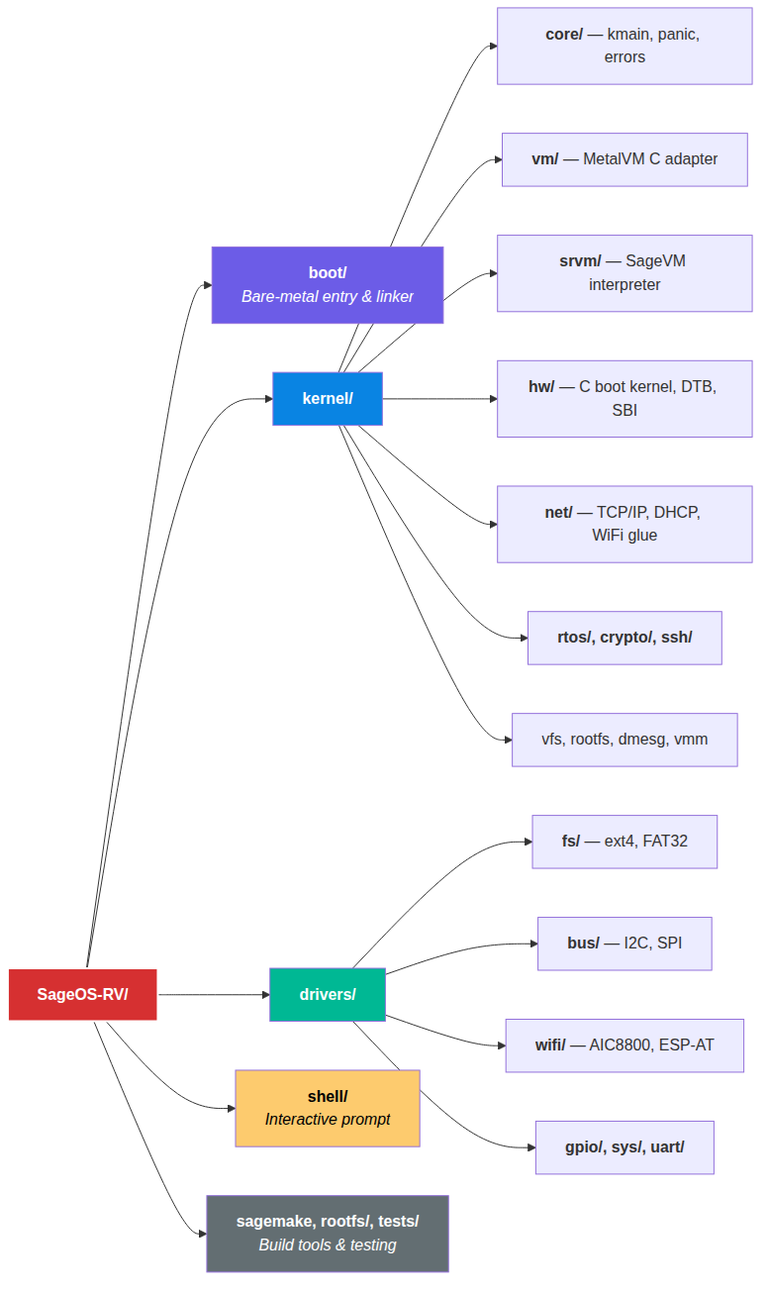
This is assets/repository_layout.png from Night-Traders-Dev/SageOS-RV, a Mermaid export, as it was before one commit. Its source is kept beside it as assets/repository_layout.mmd. Its diagram source:
```mermaid
flowchart LR
    Root["<b>SageOS-RV/</b>"]

    Boot["<b>boot/</b><br/><i>Bare-metal entry & linker</i>"]
    Root --> Boot

    Root --> Bootloader["<b>bootloader/</b><br/><i>SageBoot Submodule</i>"]
    Root --> Kernel["<b>kernel/</b>"]
    Root --> Drivers["<b>drivers/</b>"]
    Root --> FS["<b>fs/sagefs/</b><br/><i>SageFS Submodule</i>"]
    Root --> RTOS["<b>rtos/SageRTOS/</b><br/><i>SageRTOS Submodule</i>"]

    Shell["<b>shell/</b><br/><i>Interactive prompt</i>"]
    Root --> Shell

    Other["<b>sagemake, rootfs/, tests/</b><br/><i>Build tools & testing</i>"]
    Root --> Other

    Kernel --> K1["<b>core/</b> — kmain, panic, errors"]
    Kernel --> K2["<b>vm/</b> — MetalVM C adapter"]
    Kernel --> K3["<b>srvm/</b> — SageVM interpreter"]
    Kernel --> K4["<b>hw/</b> — C boot kernel, DTB, SBI"]
    Kernel --> K5["<b>net/</b> — TCP/IP, DHCP, WiFi glue"]
    Kernel --> K6["<b>smp/</b> — SageSMP Submodule"]
    Kernel --> K7["crypto, ssh, vmm"]

    Drivers --> D1["<b>fs/</b> — ext4, FAT32"]
    Drivers --> D2["<b>bus/</b> — I2C, SPI"]
    Drivers --> D3["<b>wifi/</b> — AIC8800, ESP-AT"]
    Drivers --> D4["<b>gpio/, sys/, uart/</b>"]

    style Root fill:#d63031,color:#fff,stroke:#fff,stroke-width:2px
    style Kernel fill:#0984e3,color:#fff
    style Drivers fill:#00b894,color:#fff
    style Boot fill:#6c5ce7,color:#fff
    style Shell fill:#fdcb6e,color:#000
    style Other fill:#636e72,color:#fff
```
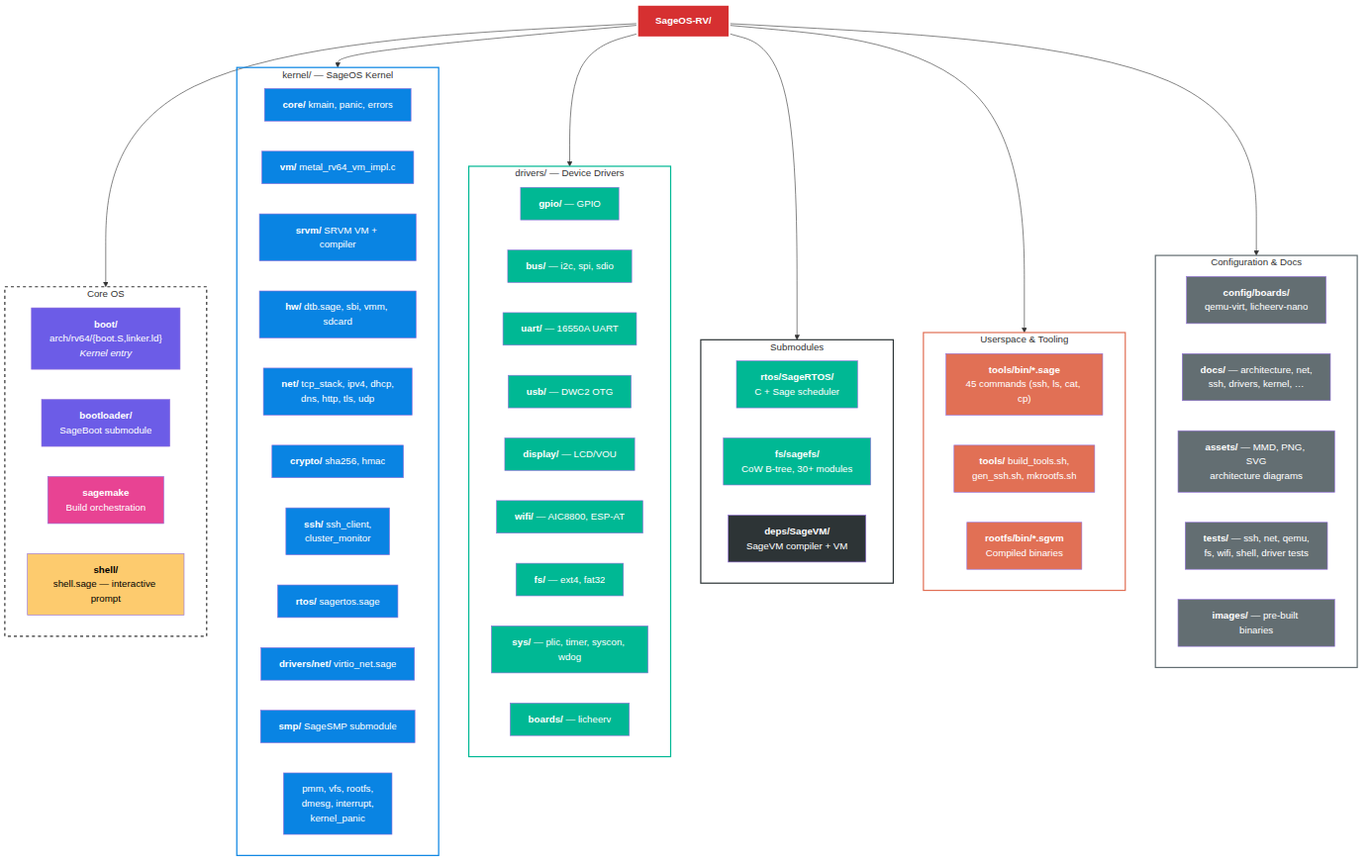
After the change.

Change to the diagram source:
```diff
@@ -1,37 +1,105 @@
-flowchart LR
+flowchart TB
     Root["<b>SageOS-RV/</b>"]
 
-    Boot["<b>boot/</b><br/><i>Bare-metal entry & linker</i>"]
-    Root --> Boot
+    subgraph Core["Core OS"]
+        Boot["<b>boot/</b><br/>arch/rv64/{boot.S,linker.ld}<br/><i>Kernel entry</i>"]
+        Bootloader["<b>bootloader/</b><br/>SageBoot submodule"]
+        SM["<b>sagemake</b><br/>Build orchestration"]
+        Shell["<b>shell/</b><br/>shell.sage — interactive prompt"]
+    end
 
-    Root --> Bootloader["<b>bootloader/</b><br/><i>SageBoot Submodule</i>"]
-    Root --> Kernel["<b>kernel/</b>"]
-    Root --> Drivers["<b>drivers/</b>"]
-    Root --> FS["<b>fs/sagefs/</b><br/><i>SageFS Submodule</i>"]
-    Root --> RTOS["<b>rtos/SageRTOS/</b><br/><i>SageRTOS Submodule</i>"]
+    subgraph KernelSub["kernel/ — SageOS Kernel"]
+        K1["<b>core/</b> kmain, panic, errors"]
+        K2["<b>vm/</b> metal_rv64_vm_impl.c"]
+        K3["<b>srvm/</b> SRVM VM + compiler"]
+        K4["<b>hw/</b> dtb.sage, sbi, vmm, sdcard"]
+        K5["<b>net/</b> tcp_stack, ipv4, dhcp,<br/>dns, http, tls, udp"]
+        K6["<b>crypto/</b> sha256, hmac"]
+        K7["<b>ssh/</b> ssh_client,<br/>cluster_monitor"]
+        K8["<b>rtos/</b> sagertos.sage"]
+        K9["<b>drivers/net/</b> virtio_net.sage"]
+        K10["<b>smp/</b> SageSMP submodule"]
+        KX["pmm, vfs, rootfs,<br/>dmesg, interrupt,<br/>kernel_panic"]
+    end
 
-    Shell["<b>shell/</b><br/><i>Interactive prompt</i>"]
-    Root --> Shell
+    subgraph DriversSub["drivers/ — Device Drivers"]
+        D1["<b>gpio/</b> — GPIO"]
+        D2["<b>bus/</b> — i2c, spi, sdio"]
+        D3["<b>uart/</b> — 16550A UART"]
+        D4["<b>usb/</b> — DWC2 OTG"]
+        D5["<b>display/</b> — LCD/VOU"]
+        D6["<b>wifi/</b> — AIC8800, ESP-AT"]
+        D7["<b>fs/</b> — ext4, fat32"]
+        D8["<b>sys/</b> — plic, timer, syscon, wdog"]
+        D9["<b>boards/</b> — licheerv"]
+    end
 
-    Other["<b>sagemake, rootfs/, tests/</b><br/><i>Build tools & testing</i>"]
-    Root --> Other
+    subgraph SubMod["Submodules"]
+        RTOS["<b>rtos/SageRTOS/</b><br/>C + Sage scheduler"]
+        FSS["<b>fs/sagefs/</b><br/>CoW B-tree, 30+ modules"]
+        Deps["<b>deps/SageVM/</b><br/>SageVM compiler + VM"]
+    end
 
-    Kernel --> K1["<b>core/</b> — kmain, panic, errors"]
-    Kernel --> K2["<b>vm/</b> — MetalVM C adapter"]
-    Kernel --> K3["<b>srvm/</b> — SageVM interpreter"]
-    Kernel --> K4["<b>hw/</b> — C boot kernel, DTB, SBI"]
-    Kernel --> K5["<b>net/</b> — TCP/IP, DHCP, WiFi glue"]
-    Kernel --> K6["<b>smp/</b> — SageSMP Submodule"]
-    Kernel --> K7["crypto, ssh, vmm"]
+    subgraph Userspace["Userspace & Tooling"]
+        Tools["<b>tools/bin/*.sage</b><br/>45 commands (ssh, ls, cat, cp)"]
+        TScr["<b>tools/</b> build_tools.sh,<br/>gen_ssh.sh, mkrootfs.sh"]
+        RFS["<b>rootfs/bin/*.sgvm</b><br/>Compiled binaries"]
+    end
 
-    Drivers --> D1["<b>fs/</b> — ext4, FAT32"]
-    Drivers --> D2["<b>bus/</b> — I2C, SPI"]
-    Drivers --> D3["<b>wifi/</b> — AIC8800, ESP-AT"]
-    Drivers --> D4["<b>gpio/, sys/, uart/</b>"]
+    subgraph ConfigDocs["Configuration & Docs"]
+        Conf["<b>config/boards/</b><br/>qemu-virt, licheerv-nano"]
+        Docs["<b>docs/</b> — architecture, net,<br/>ssh, drivers, kernel, …"]
+        Assets["<b>assets/</b> — MMD, PNG, SVG<br/>architecture diagrams"]
+        Tests["<b>tests/</b> — ssh, net, qemu,<br/>fs, wifi, shell, driver tests"]
+        Images["<b>images/</b> — pre-built binaries"]
+    end
 
-    style Root fill:#d63031,color:#fff,stroke:#fff,stroke-width:2px
-    style Kernel fill:#0984e3,color:#fff
-    style Drivers fill:#00b894,color:#fff
+    Root --> Core
+    Root --> KernelSub
+    Root --> DriversSub
+    Root --> SubMod
+    Root --> Userspace
+    Root --> ConfigDocs
+
+    style Root fill:#d63031,color:#fff,stroke:#fff,stroke-width:3px
+    style Core fill:transparent,stroke:#333,stroke-width:2px,stroke-dasharray:5 5
+    style KernelSub fill:transparent,stroke:#0984e3,stroke-width:2px
+    style DriversSub fill:transparent,stroke:#00b894,stroke-width:2px
+    style SubMod fill:transparent,stroke:#2d3436,stroke-width:2px
+    style Userspace fill:transparent,stroke:#e17055,stroke-width:2px
+    style ConfigDocs fill:transparent,stroke:#636e72,stroke-width:2px
     style Boot fill:#6c5ce7,color:#fff
+    style Bootloader fill:#6c5ce7,color:#fff
+    style SM fill:#e84393,color:#fff
     style Shell fill:#fdcb6e,color:#000
-    style Other fill:#636e72,color:#fff
+    style K1 fill:#0984e3,color:#fff
+    style K2 fill:#0984e3,color:#fff
+    style K3 fill:#0984e3,color:#fff
+    style K4 fill:#0984e3,color:#fff
+    style K5 fill:#0984e3,color:#fff
+    style K6 fill:#0984e3,color:#fff
+    style K7 fill:#0984e3,color:#fff
+    style K8 fill:#0984e3,color:#fff
+    style K9 fill:#0984e3,color:#fff
+    style K10 fill:#0984e3,color:#fff
+    style KX fill:#0984e3,color:#fff
+    style D1 fill:#00b894,color:#fff
+    style D2 fill:#00b894,color:#fff
+    style D3 fill:#00b894,color:#fff
+    style D4 fill:#00b894,color:#fff
+    style D5 fill:#00b894,color:#fff
+    style D6 fill:#00b894,color:#fff
+    style D7 fill:#00b894,color:#fff
+    style D8 fill:#00b894,color:#fff
+    style D9 fill:#00b894,color:#fff
+    style RTOS fill:#00b894,color:#fff
+    style FSS fill:#00b894,color:#fff
+    style Deps fill:#2d3436,color:#fff
+    style Tools fill:#e17055,color:#fff
+    style TScr fill:#e17055,color:#fff
+    style RFS fill:#e17055,color:#fff
+    style Conf fill:#636e72,color:#fff
+    style Docs fill:#636e72,color:#fff
+    style Assets fill:#636e72,color:#fff
+    style Tests fill:#636e72,color:#fff
+    style Images fill:#636e72,color:#fff
```
